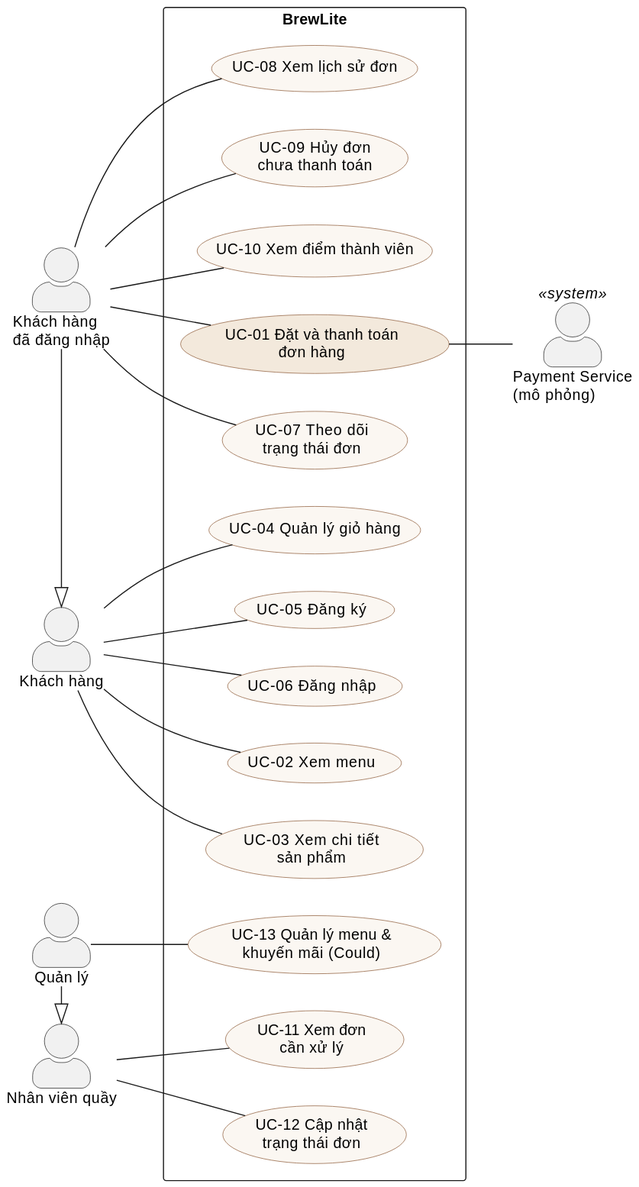
The PlantUML diagram docs/diagrams/use-case-overview.svg in LHTCoder/brewlite, before a commit.
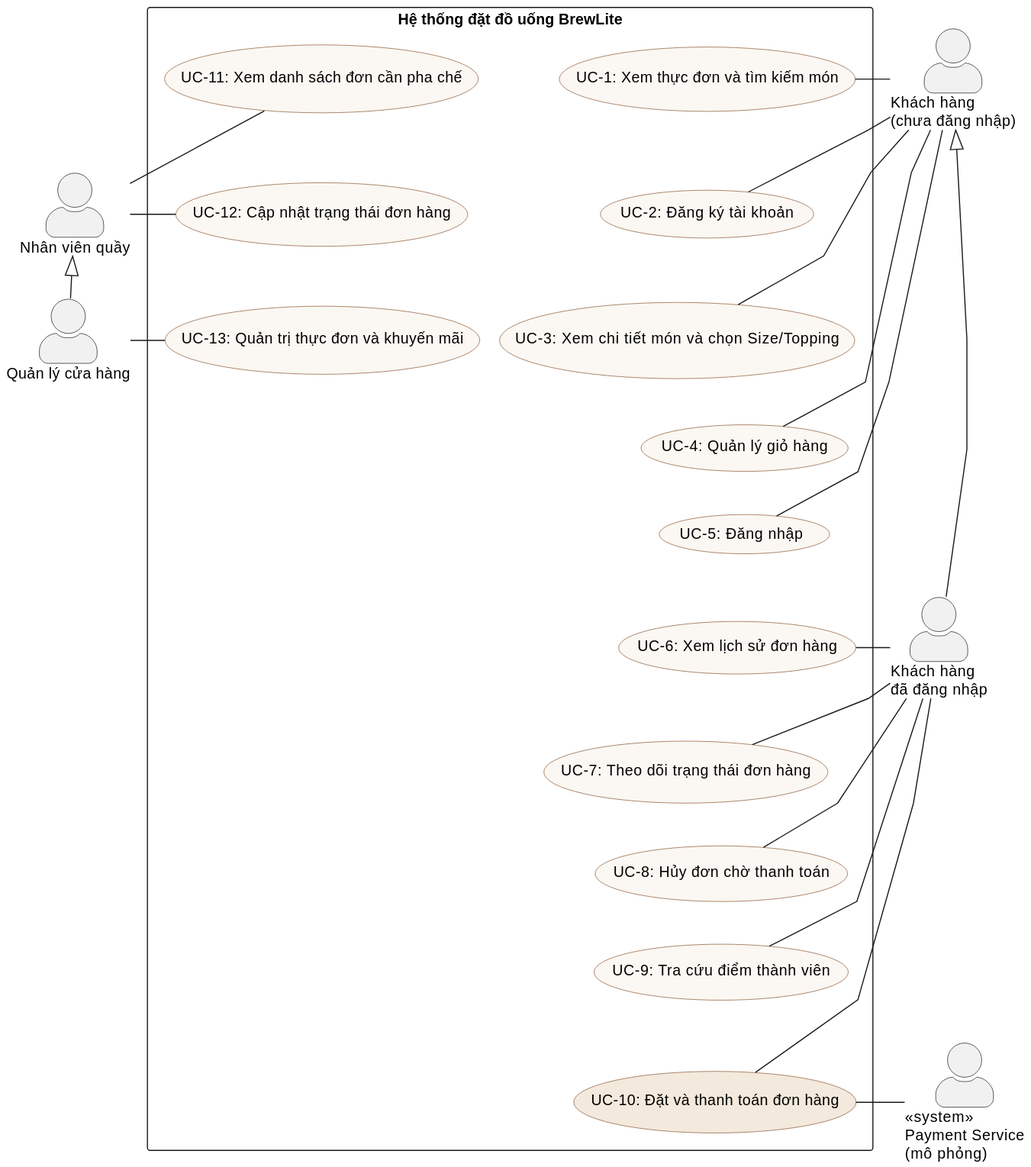
Later version of the same file.

The edit, as a diff of the source:
```diff
@@ -1,52 +1,66 @@
 @startuml
-left to right direction
 skinparam packageStyle rectangle
+skinparam linetype polyline
 skinparam actorStyle awesome
+skinparam nodesep 18
+skinparam ranksep 40
 skinparam usecase {
   BackgroundColor #FBF7F2
   BorderColor #8A5733
 }
 
-actor "Khách hàng" as Guest
+actor "Khách hàng\n(chưa đăng nhập)" as Guest
 actor "Khách hàng\nđã đăng nhập" as Customer
+actor "<<system>>\nPayment Service\n(mô phỏng)" as Pay
 actor "Nhân viên quầy" as Staff
-actor "Quản lý" as Manager
-actor "Payment Service\n(mô phỏng)" as Pay <<system>>
+actor "Quản lý cửa hàng" as Manager
 
-Customer -|> Guest
-Manager -|> Staff
-
-rectangle "BrewLite" {
-  usecase "UC-02 Xem menu" as UC2
-  usecase "UC-03 Xem chi tiết\nsản phẩm" as UC3
-  usecase "UC-04 Quản lý giỏ hàng" as UC4
-  usecase "UC-05 Đăng ký" as UC5
-  usecase "UC-06 Đăng nhập" as UC6
-  usecase "UC-01 Đặt và thanh toán\nđơn hàng" as UC1 #F3E9DC
-  usecase "UC-07 Theo dõi\ntrạng thái đơn" as UC7
-  usecase "UC-08 Xem lịch sử đơn" as UC8
-  usecase "UC-09 Hủy đơn\nchưa thanh toán" as UC9
-  usecase "UC-10 Xem điểm thành viên" as UC10
-  usecase "UC-11 Xem đơn\ncần xử lý" as UC11
-  usecase "UC-12 Cập nhật\ntrạng thái đơn" as UC12
-  usecase "UC-13 Quản lý menu &\nkhuyến mãi (Could)" as UC13
+rectangle "Hệ thống đặt đồ uống BrewLite" {
+  usecase "UC-1: Xem thực đơn và tìm kiếm món" as UC1
+  usecase "UC-2: Đăng ký tài khoản" as UC2
+  usecase "UC-3: Xem chi tiết món và chọn Size/Topping" as UC3
+  usecase "UC-4: Quản lý giỏ hàng" as UC4
+  usecase "UC-5: Đăng nhập" as UC5
+  usecase "UC-6: Xem lịch sử đơn hàng" as UC6
+  usecase "UC-7: Theo dõi trạng thái đơn hàng" as UC7
+  usecase "UC-8: Hủy đơn chờ thanh toán" as UC8
+  usecase "UC-9: Tra cứu điểm thành viên" as UC9
+  usecase "UC-10: Đặt và thanh toán đơn hàng" as UC10 #F3E9DC
+  usecase "UC-11: Xem danh sách đơn cần pha chế" as UC11
+  usecase "UC-12: Cập nhật trạng thái đơn hàng" as UC12
+  usecase "UC-13: Quản trị thực đơn và khuyến mãi" as UC13
 }
 
-Guest -- UC2
-Guest -- UC3
-Guest -- UC4
-Guest -- UC5
-Guest -- UC6
+UC1 -[hidden]down- UC2
+UC2 -[hidden]down- UC3
+UC3 -[hidden]down- UC4
+UC4 -[hidden]down- UC5
+UC5 -[hidden]down- UC6
+UC6 -[hidden]down- UC7
+UC7 -[hidden]down- UC8
+UC8 -[hidden]down- UC9
+UC9 -[hidden]down- UC10
+UC11 -[hidden]down- UC12
+UC12 -[hidden]down- UC13
 
-Customer -- UC1
-Customer -- UC7
-Customer -- UC8
-Customer -- UC9
-Customer -- UC10
+Guest -right- UC1
+Guest -right- UC2
+Guest -right- UC3
+Guest -right- UC4
+Guest -right- UC5
 
-Staff -- UC11
-Staff -- UC12
-Manager -- UC13
+Customer -right- UC6
+Customer -right- UC7
+Customer -right- UC8
+Customer -right- UC9
+Customer -right- UC10
+UC10 -right- Pay
+Customer -[hidden]down- Pay
 
-UC1 -- Pay
+UC11 -right- Staff
+UC12 -right- Staff
+UC13 -right- Manager
+
+Guest <|-down- Customer
+Staff <|-down- Manager
 @enduml
```
